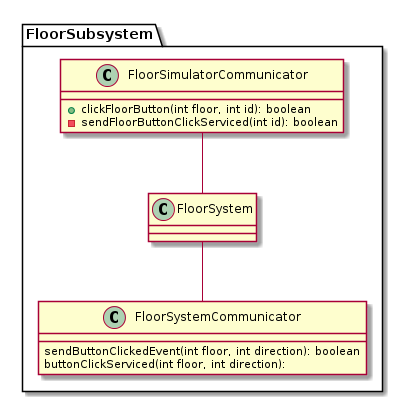
Above: doc/diagrams/FloorSubsystemClassDiagram.png in JoshuaSFryer/3303-L4G5 (PlantUML), before the change.
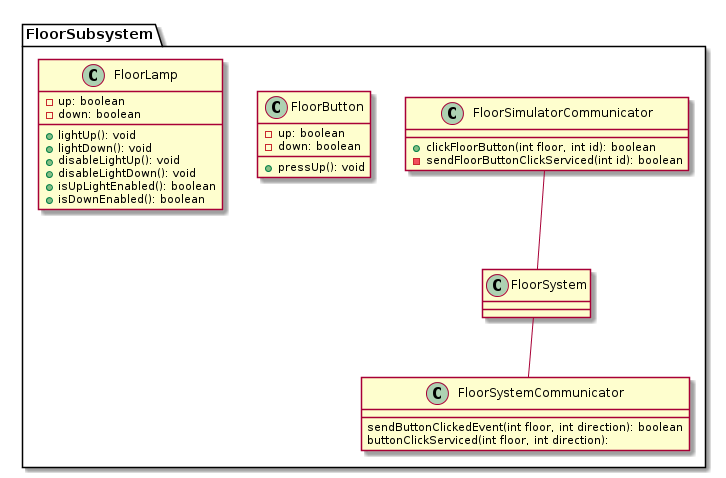
After the commit.

Commit message:
Update a ton of class diagrams

Change to the diagram source:
```diff
@@ -12,6 +12,23 @@
     - sendFloorButtonClickServiced(int id): boolean
   }
 
+  class FloorButton{
+    - up: boolean
+    - down: boolean
+    + pressUp(): void
+  }
+  class FloorLamp{
+    - up: boolean
+    - down: boolean
+    + lightUp(): void
+    + lightDown(): void
+    + disableLightUp(): void
+    + disableLightDown(): void
+    + isUpLightEnabled(): boolean
+    + isDownEnabled(): boolean
+
+  }
+
 
   FloorSimulatorCommunicator -- FloorSystem
   FloorSystem -- FloorSystemCommunicator
```
